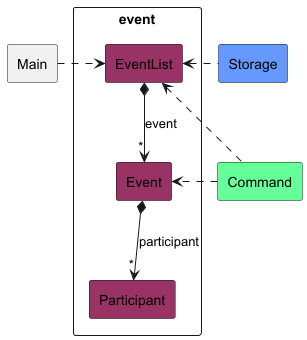
nus-cs2113-AY2425S1/tp keeps this PlantUML diagram as docs/images/EventClassDiagram.png. Above is the earlier version.
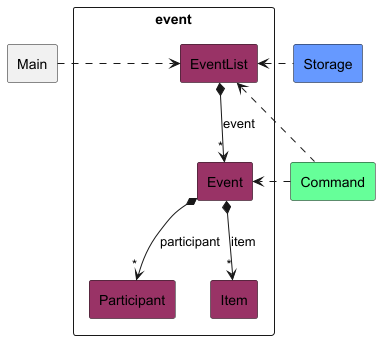
Above is the later version.

Commit message:
Update Event section of developer guide

What changed in the source:
```diff
@@ -5,6 +5,7 @@
     rectangle EventList EVENT_COLOUR
     rectangle Event EVENT_COLOUR
     rectangle Participant EVENT_COLOUR
+    rectangle Item EVENT_COLOUR
 }
 
 rectangle Main
@@ -13,6 +14,7 @@
 
 EventList *--> "*" Event : event
 Event *--> "*" Participant : participant
+Event *--> "*" Item : item
 
 Main .> EventList
 EventList <. Storage
```
